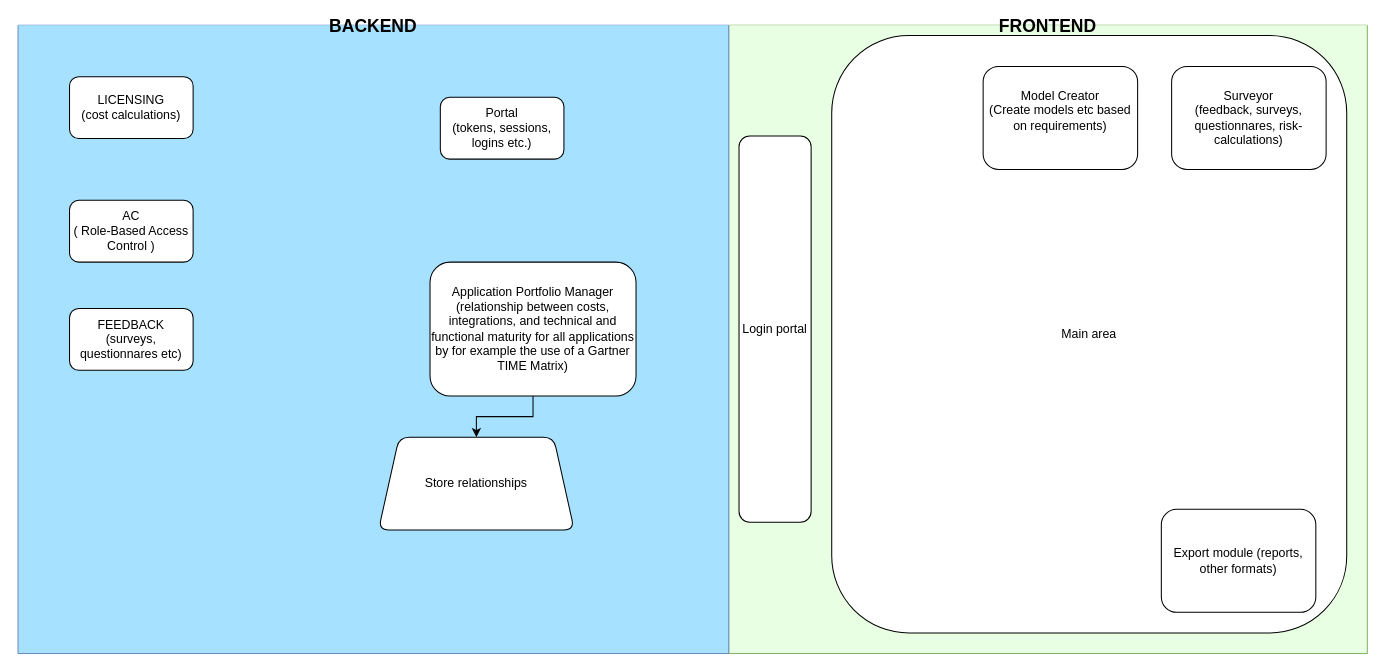
buggehalvorsen/tundra keeps this draw.io diagram as architecture.drawio. Above is the earlier version. Source tidied: cells renumbered, new cells numbered last; positions are measured from the earlier drawing's top-left corner, leaving out a move shared by most shapes. Both pictures are drawn from the tidied source at 103%, with x=0, y=0 at pixel (18, 25).
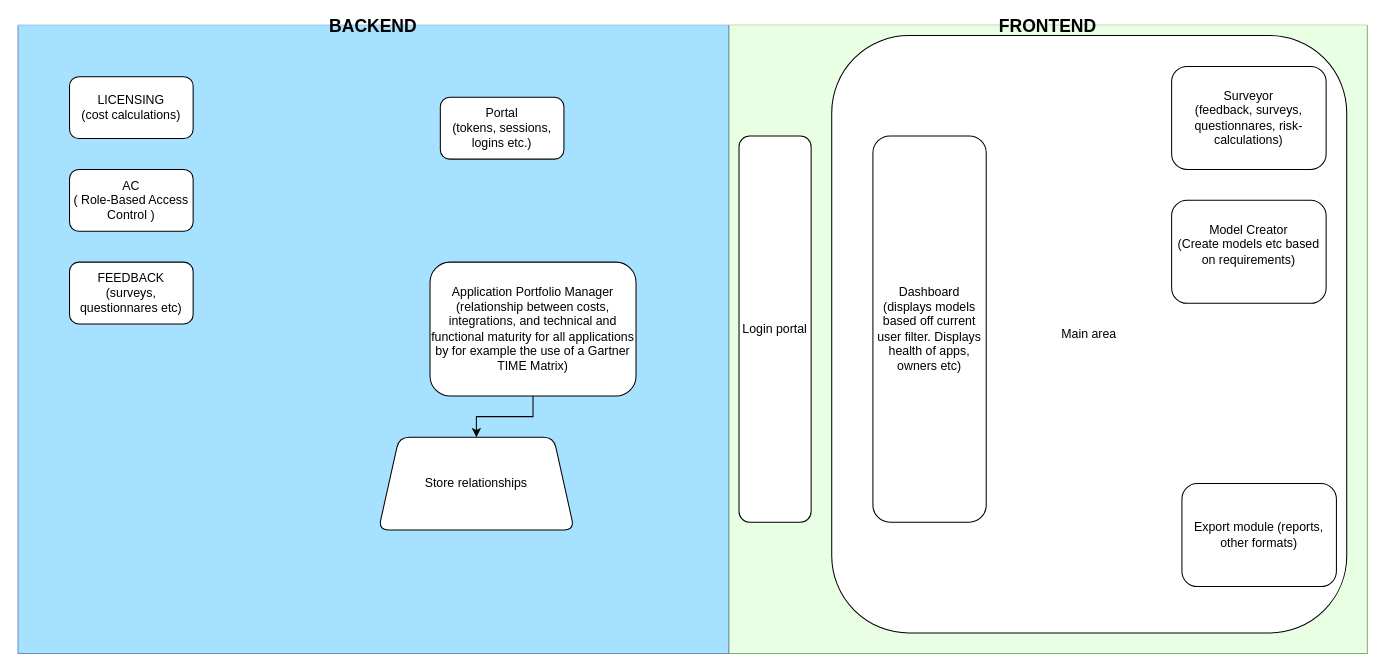
After the change.

Change to the diagram source:
```diff
@@
 <mxGraphModel>
   <root>
     <mxCell id="0" />
     <mxCell id="1" parent="0" />
     <mxCell id="2" value="FRONTEND" style="swimlane;startSize=0;fillColor=#d5e8d4;strokeColor=#82b366;swimlaneFillColor=#E9FFE3;fontSize=17;" parent="1" vertex="1">
       <mxGeometry x="690" width="620" height="610" as="geometry" />
     </mxCell>
     <mxCell id="3" value="Login portal" style="rounded=1;whiteSpace=wrap;html=1;" parent="2" vertex="1">
       <mxGeometry x="10" y="107.5" width="70" height="375" as="geometry" />
     </mxCell>
     <mxCell id="4" value="Main area" style="rounded=1;whiteSpace=wrap;html=1;" parent="2" vertex="1">
       <mxGeometry x="100" y="10" width="500" height="580" as="geometry" />
     </mxCell>
     <mxCell id="5" value="Export module (reports, other formats)" style="rounded=1;whiteSpace=wrap;html=1;" parent="2" vertex="1">
-      <mxGeometry x="420" y="470" width="150" height="100" as="geometry" />
+      <mxGeometry x="440" y="445" width="150" height="100" as="geometry" />
     </mxCell>
     <mxCell id="6" value="Model Creator&lt;br&gt;(Create models etc based on requirements)&lt;br&gt;&lt;br&gt;" style="rounded=1;whiteSpace=wrap;html=1;" parent="2" vertex="1">
-      <mxGeometry x="247" y="40" width="150" height="100" as="geometry" />
+      <mxGeometry x="430" y="170" width="150" height="100" as="geometry" />
     </mxCell>
     <mxCell id="7" value="Surveyor&lt;br&gt;(feedback, surveys, questionnares, risk-calculations)" style="rounded=1;whiteSpace=wrap;html=1;" parent="2" vertex="1">
       <mxGeometry x="430" y="40" width="150" height="100" as="geometry" />
     </mxCell>
+    <mxCell id="16" value="Dashboard&lt;br&gt;(displays models based off current user filter. Displays health of apps, owners etc)" style="rounded=1;whiteSpace=wrap;html=1;" parent="2" vertex="1">
+      <mxGeometry x="140" y="107.5" width="110" height="375" as="geometry" />
+    </mxCell>
     <mxCell id="8" value="BACKEND" style="swimlane;startSize=0;fillColor=#dae8fc;strokeColor=#6C8EBF;glass=0;gradientColor=none;swimlaneFillColor=#A6E1FF;fontSize=17;" parent="1" vertex="1">
       <mxGeometry width="690" height="610" as="geometry" />
     </mxCell>
     <mxCell id="9" value="AC&lt;br&gt;( Role-Based Access Control )" style="rounded=1;whiteSpace=wrap;html=1;" parent="8" vertex="1">
-      <mxGeometry x="50" y="170" width="120" height="60" as="geometry" />
+      <mxGeometry x="50" y="140" width="120" height="60" as="geometry" />
     </mxCell>
     <mxCell id="10" style="edgeStyle=orthogonalEdgeStyle;rounded=0;jettySize=auto;html=1;" parent="8" edge="1" source="11" target="15">
       <mxGeometry relative="1" as="geometry" />
     </mxCell>
     <mxCell id="11" value="Application Portfolio Manager&lt;br&gt;(relationship between costs, integrations, and technical and functional maturity for all applications by for example the use of a Gartner TIME Matrix)" style="rounded=1;whiteSpace=wrap;html=1;" parent="8" vertex="1">
       <mxGeometry x="400" y="230" width="200" height="130" as="geometry" />
     </mxCell>
     <mxCell id="12" value="LICENSING&lt;br&gt;(cost calculations)" style="rounded=1;whiteSpace=wrap;html=1;" parent="8" vertex="1">
       <mxGeometry x="50" y="50" width="120" height="60" as="geometry" />
     </mxCell>
     <mxCell id="13" value="FEEDBACK&lt;br&gt;(surveys, questionnares etc)" style="rounded=1;whiteSpace=wrap;html=1;" parent="8" vertex="1">
-      <mxGeometry x="50" y="275" width="120" height="60" as="geometry" />
+      <mxGeometry x="50" y="230" width="120" height="60" as="geometry" />
     </mxCell>
     <mxCell id="14" value="Portal&lt;br&gt;(tokens, sessions, logins etc.)" style="rounded=1;whiteSpace=wrap;html=1;" parent="8" vertex="1">
       <mxGeometry x="410" y="70" width="120" height="60" as="geometry" />
     </mxCell>
     <mxCell id="15" value="Store relationships&lt;br&gt;" style="shape=trapezoid;perimeter=trapezoidPerimeter;whiteSpace=wrap;html=1;fixedSize=1;rounded=1;" parent="8" vertex="1">
       <mxGeometry x="350" y="400" width="190" height="90" as="geometry" />
     </mxCell>
   </root>
 </mxGraphModel>
```
